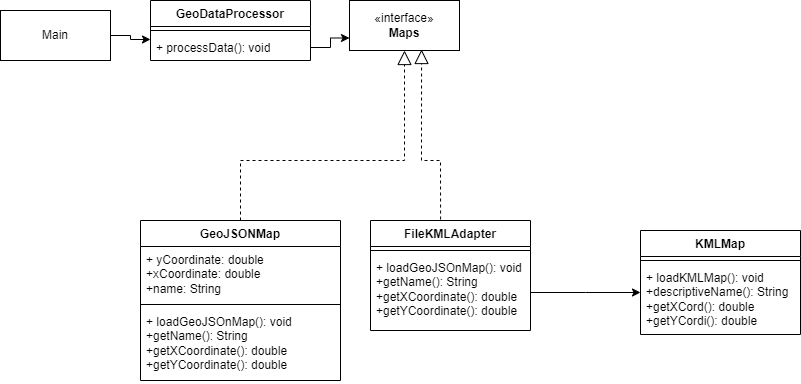
Above: BibliotecaIncompatibleEJERCICIO2/DiagramaClasesEjercicio2.png in Jeanvaes/PatronesDeDiseno (draw.io), before the change. Source tidied: cells renumbered, new cells last; positions are measured from the earlier drawing's top-left corner, leaving out a move shared by most shapes. Its diagram source:
```xml
<mxGraphModel>
  <root>
    <mxCell id="0" />
    <mxCell id="1" parent="0" />
    <mxCell id="2" value="«interface»&lt;br&gt;&lt;b&gt;Maps&lt;/b&gt;" style="html=1;whiteSpace=wrap;" parent="1" vertex="1">
      <mxGeometry x="349" width="110" height="50" as="geometry" />
    </mxCell>
    <mxCell id="3" value="GeoJSONMap" style="swimlane;fontStyle=1;align=center;verticalAlign=top;horizontal=1;startSize=26;whiteSpace=wrap;html=1;" parent="1" vertex="1">
      <mxGeometry x="140" y="220" width="200" height="160" as="geometry" />
    </mxCell>
    <mxCell id="4" value="+ yCoordinate: double&lt;br&gt;+xCoordinate: double&lt;br&gt;+name: String" style="text;strokeColor=none;fillColor=none;align=left;verticalAlign=top;spacingLeft=4;spacingRight=4;overflow=hidden;whiteSpace=wrap;html=1;" parent="3" vertex="1">
      <mxGeometry y="26" width="200" height="54" as="geometry" />
    </mxCell>
    <mxCell id="5" style="line;strokeWidth=1;fillColor=none;align=left;verticalAlign=middle;spacingTop=-1;spacingLeft=3;spacingRight=3;labelPosition=right;strokeColor=inherit;" parent="3" vertex="1">
      <mxGeometry y="80" width="200" height="8" as="geometry" />
    </mxCell>
    <mxCell id="6" value="+ loadGeoJSOnMap(): void&lt;br&gt;+getName(): String&lt;br&gt;+getXCoordinate(): double&lt;br&gt;+getYCoordinate(): double" style="text;strokeColor=none;fillColor=none;align=left;verticalAlign=top;spacingLeft=4;spacingRight=4;overflow=hidden;whiteSpace=wrap;html=1;" parent="3" vertex="1">
      <mxGeometry y="88" width="200" height="72" as="geometry" />
    </mxCell>
    <mxCell id="7" style="endArrow=block;dashed=1;endFill=0;endSize=12;html=1;rounded=0;exitX=0.5;exitY=0;exitDx=0;exitDy=0;entryX=0.5;entryY=1;entryDx=0;entryDy=0;" parent="1" edge="1" source="3" target="2">
      <mxGeometry relative="1" as="geometry">
        <Array as="points">
          <mxPoint x="240" y="160" />
          <mxPoint x="250" y="160" />
          <mxPoint x="404" y="160" />
        </Array>
      </mxGeometry>
    </mxCell>
    <mxCell id="8" value="FileKMLAdapter" style="swimlane;fontStyle=1;align=center;verticalAlign=top;horizontal=1;startSize=26;whiteSpace=wrap;html=1;" parent="1" vertex="1">
      <mxGeometry x="370" y="220" width="160" height="110" as="geometry" />
    </mxCell>
    <mxCell id="9" style="line;strokeWidth=1;fillColor=none;align=left;verticalAlign=middle;spacingTop=-1;spacingLeft=3;spacingRight=3;labelPosition=right;strokeColor=inherit;" parent="8" vertex="1">
      <mxGeometry y="26" width="160" height="8" as="geometry" />
    </mxCell>
    <mxCell id="10" style="edgeStyle=orthogonalEdgeStyle;rounded=0;jettySize=auto;html=1;exitX=1;exitY=0.5;exitDx=0;exitDy=0;" parent="8" edge="1" source="11">
      <mxGeometry relative="1" as="geometry">
        <mxPoint x="270" y="72" as="targetPoint" />
      </mxGeometry>
    </mxCell>
    <mxCell id="11" value="+ loadGeoJSOnMap(): void&lt;br style=&quot;border-color: var(--border-color);&quot;&gt;+getName(): String&lt;br style=&quot;border-color: var(--border-color);&quot;&gt;+getXCoordinate(): double&lt;br style=&quot;border-color: var(--border-color);&quot;&gt;+getYCoordinate(): double" style="text;strokeColor=none;fillColor=none;align=left;verticalAlign=top;spacingLeft=4;spacingRight=4;overflow=hidden;points=[[0,0.5],[1,0.5]];portConstraint=eastwest;whiteSpace=wrap;html=1;" parent="8" vertex="1">
      <mxGeometry y="34" width="160" height="76" as="geometry" />
    </mxCell>
    <mxCell id="12" style="endArrow=block;dashed=1;endFill=0;endSize=12;html=1;rounded=0;exitX=0.438;exitY=-0.009;exitDx=0;exitDy=0;exitPerimeter=0;entryX=0.655;entryY=0.98;entryDx=0;entryDy=0;entryPerimeter=0;" parent="1" edge="1" source="8" target="2">
      <mxGeometry relative="1" as="geometry">
        <Array as="points">
          <mxPoint x="440" y="160" />
          <mxPoint x="421" y="160" />
        </Array>
      </mxGeometry>
    </mxCell>
    <mxCell id="13" value="KMLMap" style="swimlane;fontStyle=1;align=center;verticalAlign=top;horizontal=1;startSize=26;whiteSpace=wrap;html=1;" parent="1" vertex="1">
      <mxGeometry x="640" y="230" width="160" height="104" as="geometry" />
    </mxCell>
    <mxCell id="14" style="line;strokeWidth=1;fillColor=none;align=left;verticalAlign=middle;spacingTop=-1;spacingLeft=3;spacingRight=3;labelPosition=right;strokeColor=inherit;" parent="13" vertex="1">
      <mxGeometry y="26" width="160" height="8" as="geometry" />
    </mxCell>
    <mxCell id="15" value="+ loadKMLMap(): void&lt;br style=&quot;border-color: var(--border-color);&quot;&gt;+descriptiveName(): String&lt;br style=&quot;border-color: var(--border-color);&quot;&gt;+getXCord(): double&lt;br style=&quot;border-color: var(--border-color);&quot;&gt;+getYCordi(): double" style="text;strokeColor=none;fillColor=none;align=left;verticalAlign=top;spacingLeft=4;spacingRight=4;overflow=hidden;points=[[0,0.5],[1,0.5]];portConstraint=eastwest;whiteSpace=wrap;html=1;" parent="13" vertex="1">
      <mxGeometry y="34" width="160" height="70" as="geometry" />
    </mxCell>
    <mxCell id="16" value="GeoDataProcessor" style="swimlane;fontStyle=1;align=center;verticalAlign=top;horizontal=1;startSize=26;whiteSpace=wrap;html=1;" parent="1" vertex="1">
      <mxGeometry x="150" width="160" height="60" as="geometry" />
    </mxCell>
    <mxCell id="17" style="line;strokeWidth=1;fillColor=none;align=left;verticalAlign=middle;spacingTop=-1;spacingLeft=3;spacingRight=3;labelPosition=right;strokeColor=inherit;" parent="16" vertex="1">
      <mxGeometry y="26" width="160" height="8" as="geometry" />
    </mxCell>
    <mxCell id="18" value="+ processData(): void" style="text;strokeColor=none;fillColor=none;align=left;verticalAlign=top;spacingLeft=4;spacingRight=4;overflow=hidden;points=[[0,0.5],[1,0.5]];portConstraint=eastwest;whiteSpace=wrap;html=1;" parent="16" vertex="1">
      <mxGeometry y="34" width="160" height="26" as="geometry" />
    </mxCell>
    <mxCell id="19" style="edgeStyle=orthogonalEdgeStyle;rounded=0;jettySize=auto;html=1;entryX=0;entryY=0.192;entryDx=0;entryDy=0;entryPerimeter=0;" parent="1" edge="1" source="20" target="18">
      <mxGeometry relative="1" as="geometry" />
    </mxCell>
    <mxCell id="20" value="Main" style="html=1;whiteSpace=wrap;" parent="1" vertex="1">
      <mxGeometry y="10" width="110" height="50" as="geometry" />
    </mxCell>
    <mxCell id="21" style="edgeStyle=orthogonalEdgeStyle;rounded=0;jettySize=auto;html=1;entryX=0;entryY=0.75;entryDx=0;entryDy=0;" parent="1" edge="1" source="18" target="2">
      <mxGeometry relative="1" as="geometry" />
    </mxCell>
  </root>
</mxGraphModel>
```
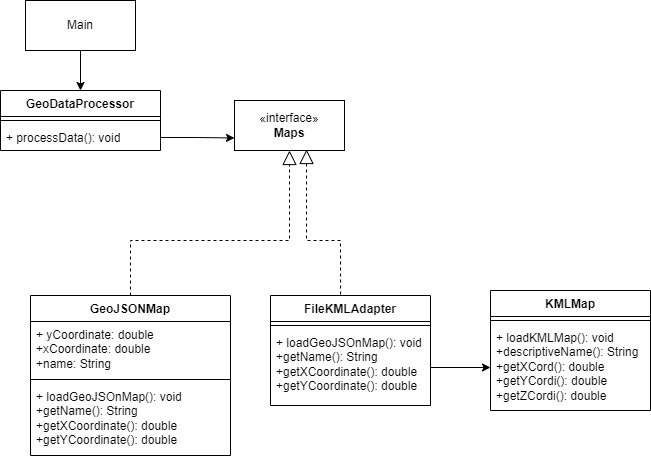
The same file after the commit.

Commit message:
Modified README file into Exercise 2 package and class diagram

What changed in the source:
```diff
@@ -3,10 +3,10 @@
     <mxCell id="0" />
     <mxCell id="1" parent="0" />
     <mxCell id="2" value="«interface»&lt;br&gt;&lt;b&gt;Maps&lt;/b&gt;" style="html=1;whiteSpace=wrap;" parent="1" vertex="1">
-      <mxGeometry x="349" width="110" height="50" as="geometry" />
+      <mxGeometry x="324" y="60" width="110" height="50" as="geometry" />
     </mxCell>
     <mxCell id="3" value="GeoJSONMap" style="swimlane;fontStyle=1;align=center;verticalAlign=top;horizontal=1;startSize=26;whiteSpace=wrap;html=1;" parent="1" vertex="1">
-      <mxGeometry x="140" y="220" width="200" height="160" as="geometry" />
+      <mxGeometry x="120" y="255" width="200" height="160" as="geometry" />
     </mxCell>
     <mxCell id="4" value="+ yCoordinate: double&lt;br&gt;+xCoordinate: double&lt;br&gt;+name: String" style="text;strokeColor=none;fillColor=none;align=left;verticalAlign=top;spacingLeft=4;spacingRight=4;overflow=hidden;whiteSpace=wrap;html=1;" parent="3" vertex="1">
       <mxGeometry y="26" width="200" height="54" as="geometry" />
@@ -20,45 +20,40 @@
     <mxCell id="7" style="endArrow=block;dashed=1;endFill=0;endSize=12;html=1;rounded=0;exitX=0.5;exitY=0;exitDx=0;exitDy=0;entryX=0.5;entryY=1;entryDx=0;entryDy=0;" parent="1" edge="1" source="3" target="2">
       <mxGeometry relative="1" as="geometry">
         <Array as="points">
-          <mxPoint x="240" y="160" />
-          <mxPoint x="250" y="160" />
-          <mxPoint x="404" y="160" />
+          <mxPoint x="220" y="210" />
+          <mxPoint x="220" y="200" />
+          <mxPoint x="379" y="200" />
         </Array>
       </mxGeometry>
     </mxCell>
     <mxCell id="8" value="FileKMLAdapter" style="swimlane;fontStyle=1;align=center;verticalAlign=top;horizontal=1;startSize=26;whiteSpace=wrap;html=1;" parent="1" vertex="1">
-      <mxGeometry x="370" y="220" width="160" height="110" as="geometry" />
+      <mxGeometry x="360" y="255" width="160" height="110" as="geometry" />
     </mxCell>
     <mxCell id="9" style="line;strokeWidth=1;fillColor=none;align=left;verticalAlign=middle;spacingTop=-1;spacingLeft=3;spacingRight=3;labelPosition=right;strokeColor=inherit;" parent="8" vertex="1">
       <mxGeometry y="26" width="160" height="8" as="geometry" />
     </mxCell>
-    <mxCell id="10" style="edgeStyle=orthogonalEdgeStyle;rounded=0;jettySize=auto;html=1;exitX=1;exitY=0.5;exitDx=0;exitDy=0;" parent="8" edge="1" source="11">
-      <mxGeometry relative="1" as="geometry">
-        <mxPoint x="270" y="72" as="targetPoint" />
-      </mxGeometry>
-    </mxCell>
     <mxCell id="11" value="+ loadGeoJSOnMap(): void&lt;br style=&quot;border-color: var(--border-color);&quot;&gt;+getName(): String&lt;br style=&quot;border-color: var(--border-color);&quot;&gt;+getXCoordinate(): double&lt;br style=&quot;border-color: var(--border-color);&quot;&gt;+getYCoordinate(): double" style="text;strokeColor=none;fillColor=none;align=left;verticalAlign=top;spacingLeft=4;spacingRight=4;overflow=hidden;points=[[0,0.5],[1,0.5]];portConstraint=eastwest;whiteSpace=wrap;html=1;" parent="8" vertex="1">
       <mxGeometry y="34" width="160" height="76" as="geometry" />
     </mxCell>
     <mxCell id="12" style="endArrow=block;dashed=1;endFill=0;endSize=12;html=1;rounded=0;exitX=0.438;exitY=-0.009;exitDx=0;exitDy=0;exitPerimeter=0;entryX=0.655;entryY=0.98;entryDx=0;entryDy=0;entryPerimeter=0;" parent="1" edge="1" source="8" target="2">
       <mxGeometry relative="1" as="geometry">
         <Array as="points">
-          <mxPoint x="440" y="160" />
-          <mxPoint x="421" y="160" />
+          <mxPoint x="430" y="200" />
+          <mxPoint x="396" y="200" />
         </Array>
       </mxGeometry>
     </mxCell>
     <mxCell id="13" value="KMLMap" style="swimlane;fontStyle=1;align=center;verticalAlign=top;horizontal=1;startSize=26;whiteSpace=wrap;html=1;" parent="1" vertex="1">
-      <mxGeometry x="640" y="230" width="160" height="104" as="geometry" />
+      <mxGeometry x="580" y="250" width="160" height="120" as="geometry" />
     </mxCell>
     <mxCell id="14" style="line;strokeWidth=1;fillColor=none;align=left;verticalAlign=middle;spacingTop=-1;spacingLeft=3;spacingRight=3;labelPosition=right;strokeColor=inherit;" parent="13" vertex="1">
       <mxGeometry y="26" width="160" height="8" as="geometry" />
     </mxCell>
-    <mxCell id="15" value="+ loadKMLMap(): void&lt;br style=&quot;border-color: var(--border-color);&quot;&gt;+descriptiveName(): String&lt;br style=&quot;border-color: var(--border-color);&quot;&gt;+getXCord(): double&lt;br style=&quot;border-color: var(--border-color);&quot;&gt;+getYCordi(): double" style="text;strokeColor=none;fillColor=none;align=left;verticalAlign=top;spacingLeft=4;spacingRight=4;overflow=hidden;points=[[0,0.5],[1,0.5]];portConstraint=eastwest;whiteSpace=wrap;html=1;" parent="13" vertex="1">
-      <mxGeometry y="34" width="160" height="70" as="geometry" />
+    <mxCell id="15" value="+ loadKMLMap(): void&lt;br style=&quot;border-color: var(--border-color);&quot;&gt;+descriptiveName(): String&lt;br style=&quot;border-color: var(--border-color);&quot;&gt;+getXCord(): double&lt;br style=&quot;border-color: var(--border-color);&quot;&gt;+getYCordi(): double&lt;br&gt;+getZCordi(): double&lt;br&gt;" style="text;strokeColor=none;fillColor=none;align=left;verticalAlign=top;spacingLeft=4;spacingRight=4;overflow=hidden;points=[[0,0.5],[1,0.5]];portConstraint=eastwest;whiteSpace=wrap;html=1;" parent="13" vertex="1">
+      <mxGeometry y="34" width="160" height="86" as="geometry" />
     </mxCell>
     <mxCell id="16" value="GeoDataProcessor" style="swimlane;fontStyle=1;align=center;verticalAlign=top;horizontal=1;startSize=26;whiteSpace=wrap;html=1;" parent="1" vertex="1">
-      <mxGeometry x="150" width="160" height="60" as="geometry" />
+      <mxGeometry x="90" y="50" width="160" height="60" as="geometry" />
     </mxCell>
     <mxCell id="17" style="line;strokeWidth=1;fillColor=none;align=left;verticalAlign=middle;spacingTop=-1;spacingLeft=3;spacingRight=3;labelPosition=right;strokeColor=inherit;" parent="16" vertex="1">
       <mxGeometry y="26" width="160" height="8" as="geometry" />
@@ -66,14 +61,17 @@
     <mxCell id="18" value="+ processData(): void" style="text;strokeColor=none;fillColor=none;align=left;verticalAlign=top;spacingLeft=4;spacingRight=4;overflow=hidden;points=[[0,0.5],[1,0.5]];portConstraint=eastwest;whiteSpace=wrap;html=1;" parent="16" vertex="1">
       <mxGeometry y="34" width="160" height="26" as="geometry" />
     </mxCell>
-    <mxCell id="19" style="edgeStyle=orthogonalEdgeStyle;rounded=0;jettySize=auto;html=1;entryX=0;entryY=0.192;entryDx=0;entryDy=0;entryPerimeter=0;" parent="1" edge="1" source="20" target="18">
-      <mxGeometry relative="1" as="geometry" />
-    </mxCell>
+    <mxCell id="22" style="rounded=0;jettySize=auto;html=1;entryX=0.5;entryY=0;entryDx=0;entryDy=0;" parent="1" edge="1" source="20" target="16">
+      <mxGeometry relative="1" as="geometry" />
+    </mxCell>
     <mxCell id="20" value="Main" style="html=1;whiteSpace=wrap;" parent="1" vertex="1">
-      <mxGeometry y="10" width="110" height="50" as="geometry" />
+      <mxGeometry x="115" y="-40" width="110" height="50" as="geometry" />
     </mxCell>
     <mxCell id="21" style="edgeStyle=orthogonalEdgeStyle;rounded=0;jettySize=auto;html=1;entryX=0;entryY=0.75;entryDx=0;entryDy=0;" parent="1" edge="1" source="18" target="2">
       <mxGeometry relative="1" as="geometry" />
     </mxCell>
+    <mxCell id="23" style="edgeStyle=orthogonalEdgeStyle;rounded=0;jettySize=auto;html=1;" parent="1" edge="1" source="11" target="15">
+      <mxGeometry relative="1" as="geometry" />
+    </mxCell>
   </root>
 </mxGraphModel>
```
